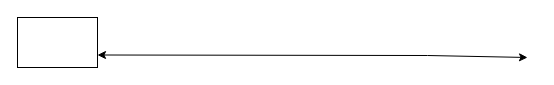
Earlier version of the draw.io diagram TestDiagram.drawio (Ujjwalkrjha/FlowDiagram). Source tidied: cells renumbered, new cells numbered last; positions are measured from the earlier drawing's top-left corner, leaving out a move shared by most shapes. Both pictures are drawn from the tidied source at 100%, with x=0, y=0 at pixel (17, 17).
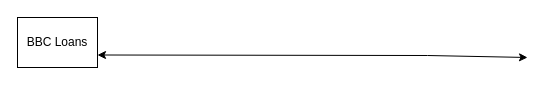
The same page after the edit.

Diff of the diagram source:
```diff
@@
 <mxGraphModel>
   <root>
     <mxCell id="0" />
     <mxCell id="1" parent="0" />
-    <mxCell id="2" style="rounded=0;whiteSpace=wrap;html=1;" parent="1" vertex="1">
+    <mxCell id="2" value="BBC Loans" style="rounded=0;whiteSpace=wrap;html=1;" parent="1" vertex="1">
       <mxGeometry width="80" height="50" as="geometry" />
     </mxCell>
     <mxCell id="3" style="endArrow=classic;startArrow=classic;html=1;rounded=0;exitX=1;exitY=0.75;exitDx=0;exitDy=0;" parent="1" edge="1" source="2">
       <mxGeometry relative="1" as="geometry">
         <mxPoint x="510" y="40" as="targetPoint" />
         <Array as="points">
           <mxPoint x="410" y="38" />
         </Array>
       </mxGeometry>
     </mxCell>
   </root>
 </mxGraphModel>
```
